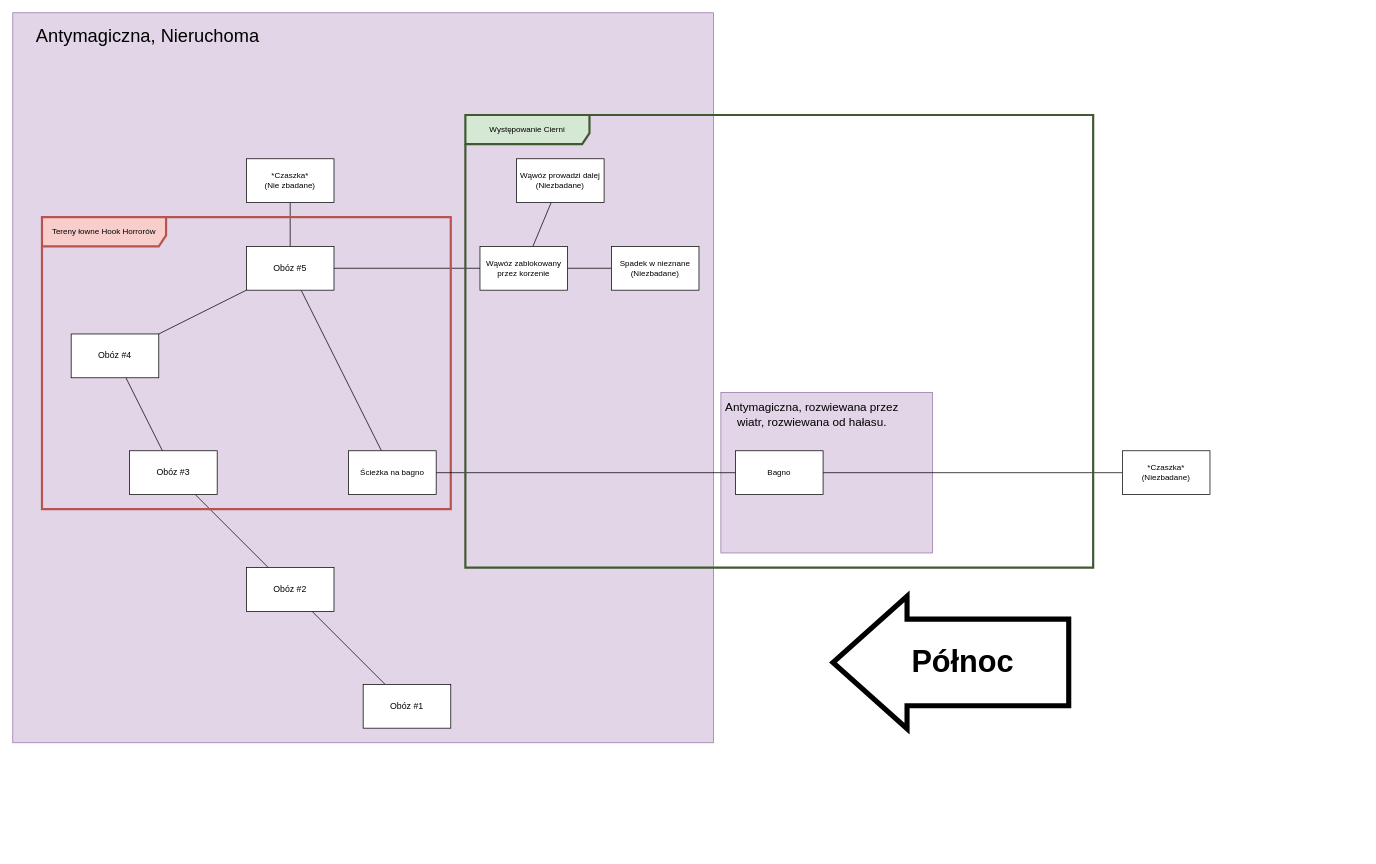
The draw.io diagram plan.drawio in Gryfin123/diagrams_with_no_context, before the edit. Source tidied: cells renumbered, new cells numbered last; positions are measured from the earlier drawing's top-left corner, leaving out a move shared by most shapes. Both pictures are drawn from the tidied source at 73%, with x=0, y=0 at pixel (12, 12).
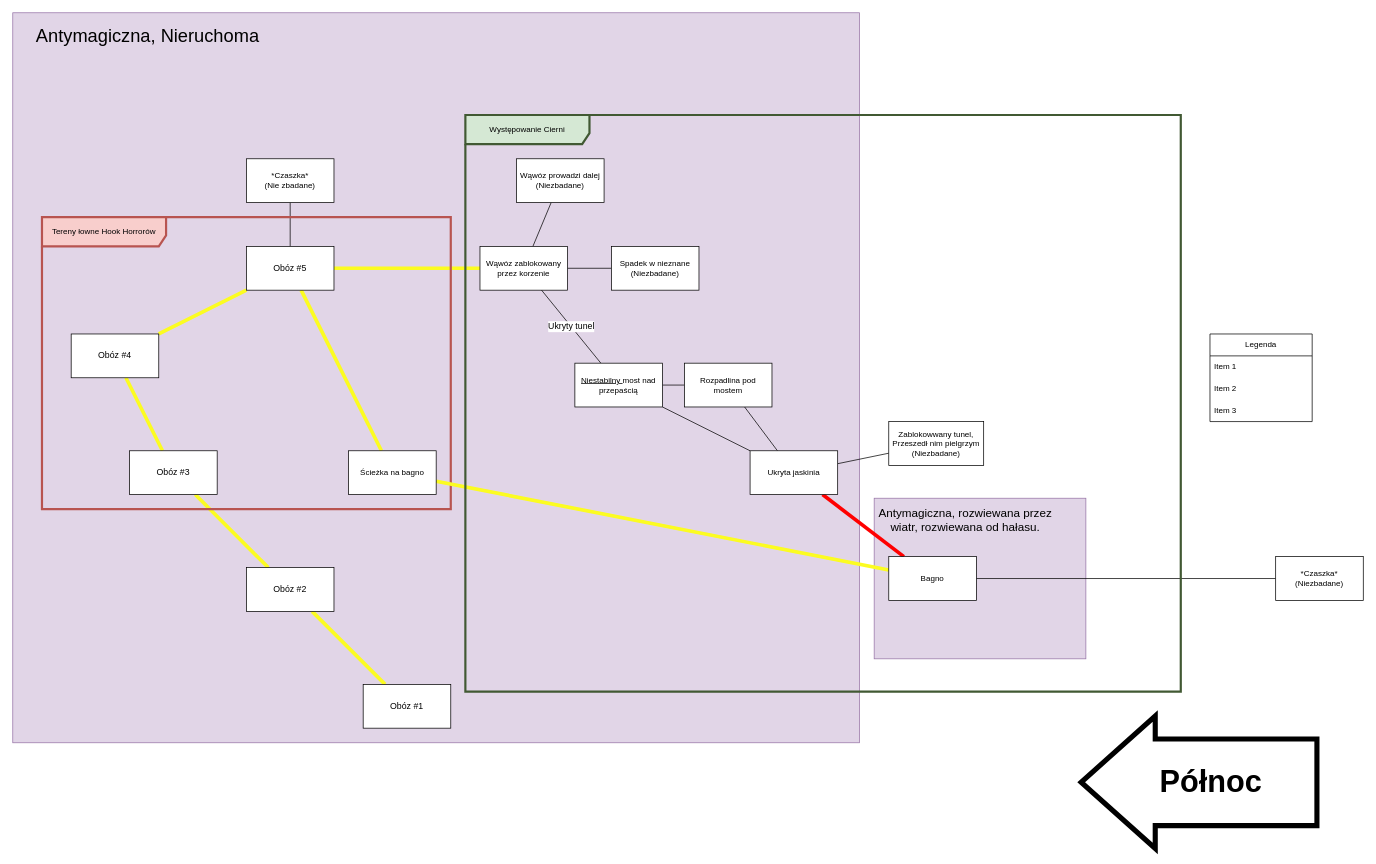
After the change.

The change refers to these unchanged cells:
```xml
<mxCell id="5" value="Obóz #1" style="rounded=0;whiteSpace=wrap;html=1;" parent="1" vertex="1">
  <mxGeometry x="480" y="920" width="120" height="60" as="geometry" />
</mxCell>
<mxCell id="7" value="Obóz #2" style="rounded=0;whiteSpace=wrap;html=1;" parent="1" vertex="1">
  <mxGeometry x="320" y="760" width="120" height="60" as="geometry" />
</mxCell>
<mxCell id="9" value="Obóz #3" style="rounded=0;whiteSpace=wrap;html=1;" parent="1" vertex="1">
  <mxGeometry x="160" y="600" width="120" height="60" as="geometry" />
</mxCell>
<mxCell id="11" value="Obóz #4" style="rounded=0;whiteSpace=wrap;html=1;" parent="1" vertex="1">
  <mxGeometry x="80" y="440" width="120" height="60" as="geometry" />
</mxCell>
<mxCell id="15" value="Obóz #5" style="rounded=0;whiteSpace=wrap;html=1;" parent="1" vertex="1">
  <mxGeometry x="320" y="320" width="120" height="60" as="geometry" />
</mxCell>
<mxCell id="20" value="Wąwóz zablokowany przez korzenie" style="rounded=0;whiteSpace=wrap;html=1;fontFamily=Helvetica;fontSize=11;fontColor=default;" parent="1" vertex="1">
  <mxGeometry x="640" y="320" width="120" height="60" as="geometry" />
</mxCell>
<mxCell id="22" value="Ścieżka na bagno" style="rounded=0;whiteSpace=wrap;html=1;fontFamily=Helvetica;fontSize=11;fontColor=default;" parent="1" vertex="1">
  <mxGeometry x="460" y="600" width="120" height="60" as="geometry" />
</mxCell>
```

Diff of the diagram source:
```diff
@@
     <mxCell id="2" style="rounded=0;whiteSpace=wrap;html=1;fontFamily=Helvetica;fontSize=11;fillColor=#e1d5e7;strokeColor=#9673a6;" parent="1" vertex="1">
-      <mxGeometry x="970" y="520" width="290" height="220" as="geometry" />
+      <mxGeometry x="1180" y="665" width="290" height="220" as="geometry" />
     </mxCell>
     <mxCell id="3" style="rounded=0;whiteSpace=wrap;html=1;fontFamily=Helvetica;fontSize=11;fillColor=#e1d5e7;strokeColor=#9673a6;" parent="1" vertex="1">
-      <mxGeometry width="960" height="1000" as="geometry" />
+      <mxGeometry width="1160" height="1000" as="geometry" />
     </mxCell>
-    <mxCell id="4" style="rounded=0;jettySize=auto;html=1;endArrow=none;endFill=0;curved=0;" parent="1" edge="1" source="5" target="7">
+    <mxCell id="4" style="rounded=0;jettySize=auto;html=1;endArrow=none;endFill=0;curved=0;strokeColor=#FCFC21;strokeWidth=5;" parent="1" edge="1" source="5" target="7">
       <mxGeometry relative="1" as="geometry" />
     </mxCell>
@@
-    <mxCell id="6" style="edgeStyle=none;shape=connector;curved=0;rounded=0;jettySize=auto;html=1;labelBackgroundColor=default;strokeColor=default;align=center;verticalAlign=middle;fontFamily=Helvetica;fontSize=11;fontColor=default;endArrow=none;endFill=0;" parent="1" edge="1" source="7" target="9">
+    <mxCell id="6" style="edgeStyle=none;shape=connector;curved=0;rounded=0;jettySize=auto;html=1;labelBackgroundColor=default;strokeColor=#FCFC21;align=center;verticalAlign=middle;fontFamily=Helvetica;fontSize=11;fontColor=default;endArrow=none;endFill=0;strokeWidth=5;" parent="1" edge="1" source="7" target="9">
       <mxGeometry relative="1" as="geometry" />
     </mxCell>
@@
-    <mxCell id="8" style="edgeStyle=none;shape=connector;curved=0;rounded=0;jettySize=auto;html=1;labelBackgroundColor=default;strokeColor=default;align=center;verticalAlign=middle;fontFamily=Helvetica;fontSize=11;fontColor=default;endArrow=none;endFill=0;" parent="1" edge="1" source="9" target="11">
+    <mxCell id="8" style="edgeStyle=none;shape=connector;curved=0;rounded=0;jettySize=auto;html=1;labelBackgroundColor=default;strokeColor=#FCFC21;align=center;verticalAlign=middle;fontFamily=Helvetica;fontSize=11;fontColor=default;endArrow=none;endFill=0;fillColor=#fff2cc;strokeWidth=5;" parent="1" edge="1" source="9" target="11">
       <mxGeometry relative="1" as="geometry" />
     </mxCell>
@@
-    <mxCell id="10" style="edgeStyle=none;shape=connector;curved=0;rounded=0;jettySize=auto;html=1;labelBackgroundColor=default;strokeColor=default;align=center;verticalAlign=middle;fontFamily=Helvetica;fontSize=11;fontColor=default;endArrow=none;endFill=0;" parent="1" edge="1" source="11" target="15">
+    <mxCell id="10" style="edgeStyle=none;shape=connector;curved=0;rounded=0;jettySize=auto;html=1;labelBackgroundColor=default;strokeColor=#FCFC21;align=center;verticalAlign=middle;fontFamily=Helvetica;fontSize=11;fontColor=default;endArrow=none;endFill=0;strokeWidth=5;" parent="1" edge="1" source="11" target="15">
       <mxGeometry relative="1" as="geometry" />
     </mxCell>
@@
-    <mxCell id="13" style="edgeStyle=none;shape=connector;curved=0;rounded=0;jettySize=auto;html=1;labelBackgroundColor=default;strokeColor=default;align=center;verticalAlign=middle;fontFamily=Helvetica;fontSize=11;fontColor=default;endArrow=none;endFill=0;" parent="1" edge="1" source="15" target="20">
+    <mxCell id="13" style="edgeStyle=none;shape=connector;curved=0;rounded=0;jettySize=auto;html=1;labelBackgroundColor=default;strokeColor=#FCFC21;align=center;verticalAlign=middle;fontFamily=Helvetica;fontSize=11;fontColor=default;endArrow=none;endFill=0;strokeWidth=5;" parent="1" edge="1" source="15" target="20">
       <mxGeometry relative="1" as="geometry" />
     </mxCell>
-    <mxCell id="14" style="edgeStyle=none;shape=connector;curved=0;rounded=0;jettySize=auto;html=1;labelBackgroundColor=default;strokeColor=default;align=center;verticalAlign=middle;fontFamily=Helvetica;fontSize=11;fontColor=default;endArrow=none;endFill=0;" parent="1" edge="1" source="15" target="22">
+    <mxCell id="14" style="edgeStyle=none;shape=connector;curved=0;rounded=0;jettySize=auto;html=1;labelBackgroundColor=default;strokeColor=#FCFC21;align=center;verticalAlign=middle;fontFamily=Helvetica;fontSize=11;fontColor=default;endArrow=none;endFill=0;strokeWidth=5;" parent="1" edge="1" source="15" target="22">
       <mxGeometry relative="1" as="geometry" />
     </mxCell>
@@
+    <mxCell id="32" style="edgeStyle=none;shape=connector;curved=0;rounded=0;jettySize=auto;html=1;labelBackgroundColor=default;strokeColor=#FCFC21;align=center;verticalAlign=middle;fontFamily=Helvetica;fontSize=11;fontColor=default;endArrow=none;endFill=0;strokeWidth=5;" parent="1" edge="1" source="22" target="26">
+      <mxGeometry relative="1" as="geometry" />
+    </mxCell>
@@
+    <mxCell id="33" style="edgeStyle=none;shape=connector;curved=0;rounded=0;jettySize=auto;html=1;labelBackgroundColor=default;strokeColor=#FF0000;align=center;verticalAlign=middle;fontFamily=Helvetica;fontSize=11;fontColor=default;endArrow=none;endFill=0;strokeWidth=5;" parent="1" edge="1" source="26" target="37">
+      <mxGeometry relative="1" as="geometry" />
+    </mxCell>
     <mxCell id="26" value="Bagno" style="rounded=0;whiteSpace=wrap;html=1;fontFamily=Helvetica;fontSize=11;fontColor=default;" parent="1" vertex="1">
-      <mxGeometry x="990" y="600" width="120" height="60" as="geometry" />
+      <mxGeometry x="1200" y="745" width="120" height="60" as="geometry" />
     </mxCell>
     <mxCell id="27" value="Występowanie Cierni" style="shape=umlFrame;whiteSpace=wrap;html=1;fontFamily=Helvetica;fontSize=11;width=170;height=40;fillColor=#d5e8d4;strokeColor=#415933;strokeWidth=3;" parent="1" vertex="1">
-      <mxGeometry x="620" y="140" width="860" height="620" as="geometry" />
+      <mxGeometry x="620" y="140" width="980" height="790" as="geometry" />
     </mxCell>
     <mxCell id="28" value="*Czaszka*&lt;br&gt;(Niezbadane)" style="rounded=0;whiteSpace=wrap;html=1;fontFamily=Helvetica;fontSize=11;fontColor=default;" parent="1" vertex="1">
-      <mxGeometry x="1520" y="600" width="120" height="60" as="geometry" />
+      <mxGeometry x="1730" y="745" width="120" height="60" as="geometry" />
     </mxCell>
     <mxCell id="29" value="&lt;b&gt;&lt;font style=&quot;font-size: 42px;&quot;&gt;Północ&lt;/font&gt;&lt;/b&gt;" style="shape=flexArrow;endArrow=classic;html=1;rounded=0;labelBackgroundColor=default;strokeColor=default;align=center;verticalAlign=middle;fontFamily=Helvetica;fontSize=11;fontColor=default;curved=0;endWidth=55.78947368421053;endSize=31.50526315789474;width=112.63157894736842;strokeWidth=7;" parent="1" edge="1">
       <mxGeometry x="-0.09" relative="1" as="geometry">
-        <mxPoint x="1450" y="890" as="sourcePoint" />
-        <mxPoint x="1120" y="890" as="targetPoint" />
+        <mxPoint x="1790" y="1054.1" as="sourcePoint" />
+        <mxPoint x="1460" y="1054.1" as="targetPoint" />
         <mxPoint x="1" as="offset" />
       </mxGeometry>
     </mxCell>
@@
     <mxCell id="31" value="&lt;font style=&quot;font-size: 16px;&quot;&gt;Antymagiczna, rozwiewana przez wiatr, rozwiewana od hałasu.&lt;br&gt;&lt;/font&gt;" style="text;html=1;strokeColor=none;fillColor=none;align=center;verticalAlign=middle;whiteSpace=wrap;rounded=0;fontSize=11;fontFamily=Helvetica;fontColor=default;strokeWidth=4;" parent="1" vertex="1">
-      <mxGeometry x="970" y="520" width="250" height="60" as="geometry" />
+      <mxGeometry x="1180" y="665" width="250" height="60" as="geometry" />
     </mxCell>
+    <mxCell id="34" style="edgeStyle=none;shape=connector;curved=0;rounded=0;jettySize=auto;html=1;labelBackgroundColor=default;strokeColor=default;align=center;verticalAlign=middle;fontFamily=Helvetica;fontSize=11;fontColor=default;endArrow=none;endFill=0;" parent="1" edge="1" source="37" target="38">
+      <mxGeometry relative="1" as="geometry" />
+    </mxCell>
+    <mxCell id="35" style="edgeStyle=none;shape=connector;curved=0;rounded=0;jettySize=auto;html=1;labelBackgroundColor=default;strokeColor=default;align=center;verticalAlign=middle;fontFamily=Helvetica;fontSize=11;fontColor=default;endArrow=none;endFill=0;" parent="1" edge="1" source="37" target="41">
+      <mxGeometry relative="1" as="geometry" />
+    </mxCell>
+    <mxCell id="36" style="edgeStyle=none;shape=connector;curved=0;rounded=0;jettySize=auto;html=1;labelBackgroundColor=default;strokeColor=default;align=center;verticalAlign=middle;fontFamily=Helvetica;fontSize=11;fontColor=default;endArrow=none;endFill=0;" parent="1" edge="1" source="37" target="42">
+      <mxGeometry relative="1" as="geometry" />
+    </mxCell>
+    <mxCell id="37" value="Ukryta jaskinia" style="rounded=0;whiteSpace=wrap;html=1;fontFamily=Helvetica;fontSize=11;fontColor=default;" parent="1" vertex="1">
+      <mxGeometry x="1010" y="600" width="120" height="60" as="geometry" />
+    </mxCell>
+    <mxCell id="38" value="Zablokowwany tunel,&lt;br&gt;Przeszedł nim pielgrzym&lt;br&gt;(Niezbadane)" style="rounded=0;whiteSpace=wrap;html=1;fontFamily=Helvetica;fontSize=11;fontColor=default;" parent="1" vertex="1">
+      <mxGeometry x="1200" y="560" width="130" height="60" as="geometry" />
+    </mxCell>
+    <mxCell id="39" style="edgeStyle=none;shape=connector;curved=0;rounded=0;jettySize=auto;html=1;labelBackgroundColor=default;strokeColor=default;align=center;verticalAlign=middle;fontFamily=Helvetica;fontSize=11;fontColor=default;endArrow=none;endFill=0;" parent="1" edge="1" source="41" target="42">
+      <mxGeometry relative="1" as="geometry" />
+    </mxCell>
+    <mxCell id="40" value="&lt;font style=&quot;font-size: 12px;&quot;&gt;Ukryty tunel&lt;/font&gt;" style="edgeStyle=none;shape=connector;curved=0;rounded=0;jettySize=auto;html=1;labelBackgroundColor=default;strokeColor=default;align=center;verticalAlign=middle;fontFamily=Helvetica;fontSize=11;fontColor=default;endArrow=none;endFill=0;" parent="1" edge="1" source="41" target="20">
+      <mxGeometry relative="1" as="geometry" />
+    </mxCell>
+    <mxCell id="41" value="&lt;u&gt;Niestabilny &lt;/u&gt;most nad przepaścią" style="rounded=0;whiteSpace=wrap;html=1;fontFamily=Helvetica;fontSize=11;fontColor=default;" parent="1" vertex="1">
+      <mxGeometry x="770" y="480" width="120" height="60" as="geometry" />
+    </mxCell>
+    <mxCell id="42" value="Rozpadlina pod mostem" style="rounded=0;whiteSpace=wrap;html=1;fontFamily=Helvetica;fontSize=11;fontColor=default;" parent="1" vertex="1">
+      <mxGeometry x="920" y="480" width="120" height="60" as="geometry" />
+    </mxCell>
+    <mxCell id="43" value="Legenda" style="swimlane;fontStyle=0;horizontal=1;startSize=30;whiteSpace=wrap;html=1;fontFamily=Helvetica;fontSize=11;fontColor=default;" parent="1" vertex="1">
+      <mxGeometry x="1640" y="440" width="140" height="120" as="geometry" />
+    </mxCell>
+    <mxCell id="44" value="Item 1" style="text;strokeColor=none;fillColor=none;align=left;verticalAlign=middle;spacingLeft=4;spacingRight=4;overflow=hidden;whiteSpace=wrap;html=1;fontSize=11;fontFamily=Helvetica;fontColor=default;" parent="43" vertex="1">
+      <mxGeometry y="30" width="140" height="30" as="geometry" />
+    </mxCell>
+    <mxCell id="45" value="Item 2" style="text;strokeColor=none;fillColor=none;align=left;verticalAlign=middle;spacingLeft=4;spacingRight=4;overflow=hidden;whiteSpace=wrap;html=1;fontSize=11;fontFamily=Helvetica;fontColor=default;" parent="43" vertex="1">
+      <mxGeometry y="60" width="140" height="30" as="geometry" />
+    </mxCell>
+    <mxCell id="46" value="Item 3" style="text;strokeColor=none;fillColor=none;align=left;verticalAlign=middle;spacingLeft=4;spacingRight=4;overflow=hidden;whiteSpace=wrap;html=1;fontSize=11;fontFamily=Helvetica;fontColor=default;" parent="43" vertex="1">
+      <mxGeometry y="90" width="140" height="30" as="geometry" />
+    </mxCell>
```
